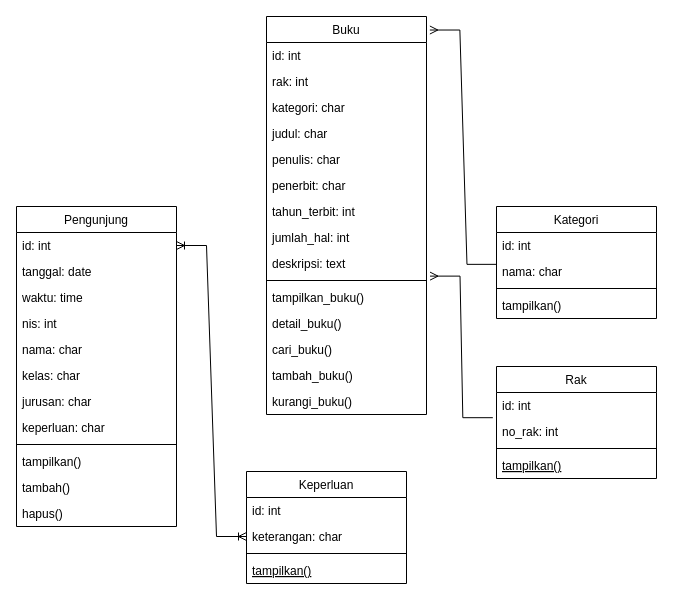
Above: Class-Diagram-Perpus-Digital.drawio in ditanursabila/Perpus_Digital (draw.io), before the change. Source tidied: cells renumbered, new cells numbered last; positions are measured from the earlier drawing's top-left corner, leaving out a move shared by most shapes. Both pictures are drawn from the tidied source at 100%, with x=0, y=0 at pixel (16, 16).
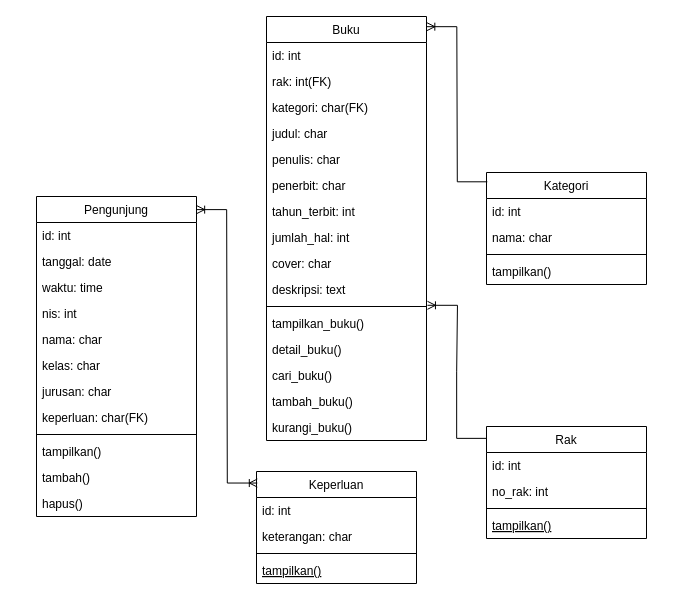
After the change.

The change refers to these unchanged cells:
```xml
<mxCell id="3" value="id: int" style="text;align=left;verticalAlign=top;spacingLeft=4;spacingRight=4;overflow=hidden;points=[[0,0.5],[1,0.5]];portConstraint=eastwest;" parent="2" vertex="1">
  <mxGeometry y="26" width="160" height="26" as="geometry" />
</mxCell>
<mxCell id="16" value="id: int" style="text;align=left;verticalAlign=top;spacingLeft=4;spacingRight=4;overflow=hidden;points=[[0,0.5],[1,0.5]];portConstraint=eastwest;" parent="15" vertex="1">
  <mxGeometry y="26" width="160" height="26" as="geometry" />
</mxCell>
<mxCell id="22" value="nama: char" style="text;align=left;verticalAlign=top;spacingLeft=4;spacingRight=4;overflow=hidden;points=[[0,0.5],[1,0.5]];portConstraint=eastwest;" parent="20" vertex="1">
  <mxGeometry y="52" width="160" height="26" as="geometry" />
</mxCell>
<mxCell id="43" value="keterangan: char" style="text;align=left;verticalAlign=top;spacingLeft=4;spacingRight=4;overflow=hidden;points=[[0,0.5],[1,0.5]];portConstraint=eastwest;rounded=0;shadow=0;html=0;" parent="41" vertex="1">
  <mxGeometry y="52" width="160" height="26" as="geometry" />
</mxCell>
```

The edit, as a diff of the source:
```diff
@@
     <mxCell id="2" value="Pengunjung" style="swimlane;fontStyle=0;align=center;verticalAlign=top;horizontal=1;startSize=26;rounded=0;shadow=0;strokeWidth=1;" parent="1" vertex="1">
-      <mxGeometry y="190" width="160" height="320" as="geometry" />
+      <mxGeometry x="20" y="180" width="160" height="320" as="geometry" />
     </mxCell>
@@
-    <mxCell id="10" value="keperluan: char" style="text;align=left;verticalAlign=top;spacingLeft=4;spacingRight=4;overflow=hidden;rounded=0;shadow=0;html=0;" parent="2" vertex="1">
+    <mxCell id="10" value="keperluan: char(FK)" style="text;align=left;verticalAlign=top;spacingLeft=4;spacingRight=4;overflow=hidden;rounded=0;shadow=0;html=0;" parent="2" vertex="1">
       <mxGeometry y="208" width="160" height="26" as="geometry" />
     </mxCell>
@@
     <mxCell id="15" value="Rak" style="swimlane;fontStyle=0;align=center;verticalAlign=top;horizontal=1;startSize=26;rounded=0;shadow=0;strokeWidth=1;" parent="1" vertex="1">
-      <mxGeometry x="480" y="350" width="160" height="112" as="geometry" />
+      <mxGeometry x="470" y="410" width="160" height="112" as="geometry" />
     </mxCell>
@@
     <mxCell id="20" value="Kategori" style="swimlane;fontStyle=0;align=center;verticalAlign=top;horizontal=1;startSize=26;rounded=0;shadow=0;strokeWidth=1;" parent="1" vertex="1">
-      <mxGeometry x="480" y="190" width="160" height="112" as="geometry" />
+      <mxGeometry x="470" y="156" width="160" height="112" as="geometry" />
     </mxCell>
@@
     <mxCell id="25" value="Buku" style="swimlane;fontStyle=0;align=center;verticalAlign=top;horizontal=1;startSize=26;rounded=0;shadow=0;strokeWidth=1;" parent="1" vertex="1">
-      <mxGeometry x="250" width="160" height="398" as="geometry" />
+      <mxGeometry x="250" width="160" height="424" as="geometry" />
     </mxCell>
@@
-    <mxCell id="27" value="rak: int" style="text;align=left;verticalAlign=top;spacingLeft=4;spacingRight=4;overflow=hidden;rounded=0;shadow=0;html=0;" parent="25" vertex="1">
+    <mxCell id="27" value="rak: int(FK)" style="text;align=left;verticalAlign=top;spacingLeft=4;spacingRight=4;overflow=hidden;rounded=0;shadow=0;html=0;" parent="25" vertex="1">
       <mxGeometry y="52" width="160" height="26" as="geometry" />
     </mxCell>
-    <mxCell id="28" value="kategori: char" style="text;align=left;verticalAlign=top;spacingLeft=4;spacingRight=4;overflow=hidden;rounded=0;shadow=0;html=0;" parent="25" vertex="1">
+    <mxCell id="28" value="kategori: char(FK)" style="text;align=left;verticalAlign=top;spacingLeft=4;spacingRight=4;overflow=hidden;rounded=0;shadow=0;html=0;" parent="25" vertex="1">
       <mxGeometry y="78" width="160" height="26" as="geometry" />
     </mxCell>
@@
-    <mxCell id="34" value="deskripsi: text" style="text;align=left;verticalAlign=top;spacingLeft=4;spacingRight=4;overflow=hidden;points=[[0,0.5],[1,0.5]];portConstraint=eastwest;rounded=0;shadow=0;html=0;" parent="25" vertex="1">
+    <mxCell id="34" value="cover: char" style="text;align=left;verticalAlign=top;spacingLeft=4;spacingRight=4;overflow=hidden;points=[[0,0.5],[1,0.5]];portConstraint=eastwest;rounded=0;shadow=0;html=0;" parent="25" vertex="1">
       <mxGeometry y="234" width="160" height="26" as="geometry" />
     </mxCell>
+    <mxCell id="49" value="deskripsi: text" style="text;align=left;verticalAlign=top;spacingLeft=4;spacingRight=4;overflow=hidden;rounded=0;shadow=0;html=0;" parent="25" vertex="1">
+      <mxGeometry y="260" width="160" height="26" as="geometry" />
+    </mxCell>
     <mxCell id="35" style="line;html=1;strokeWidth=1;align=left;verticalAlign=middle;spacingTop=-1;spacingLeft=3;spacingRight=3;labelPosition=right;" parent="25" vertex="1">
-      <mxGeometry y="260" width="160" height="8" as="geometry" />
+      <mxGeometry y="286" width="160" height="8" as="geometry" />
     </mxCell>
     <mxCell id="36" value="tampilkan_buku()" style="text;align=left;verticalAlign=top;spacingLeft=4;spacingRight=4;overflow=hidden;points=[[0,0.5],[1,0.5]];portConstraint=eastwest;" parent="25" vertex="1">
-      <mxGeometry y="268" width="160" height="26" as="geometry" />
+      <mxGeometry y="294" width="160" height="26" as="geometry" />
     </mxCell>
     <mxCell id="37" value="detail_buku()" style="text;align=left;verticalAlign=top;spacingLeft=4;spacingRight=4;overflow=hidden;" parent="25" vertex="1">
-      <mxGeometry y="294" width="160" height="26" as="geometry" />
+      <mxGeometry y="320" width="160" height="26" as="geometry" />
     </mxCell>
     <mxCell id="38" value="cari_buku()" style="text;align=left;verticalAlign=top;spacingLeft=4;spacingRight=4;overflow=hidden;" parent="25" vertex="1">
-      <mxGeometry y="320" width="160" height="26" as="geometry" />
+      <mxGeometry y="346" width="160" height="26" as="geometry" />
     </mxCell>
     <mxCell id="39" value="tambah_buku()" style="text;align=left;verticalAlign=top;spacingLeft=4;spacingRight=4;overflow=hidden;" parent="25" vertex="1">
-      <mxGeometry y="346" width="160" height="26" as="geometry" />
+      <mxGeometry y="372" width="160" height="26" as="geometry" />
     </mxCell>
     <mxCell id="40" value="kurangi_buku()" style="text;align=left;verticalAlign=top;spacingLeft=4;spacingRight=4;overflow=hidden;" parent="25" vertex="1">
-      <mxGeometry y="372" width="160" height="26" as="geometry" />
+      <mxGeometry y="398" width="160" height="26" as="geometry" />
     </mxCell>
     <mxCell id="41" value="Keperluan" style="swimlane;fontStyle=0;align=center;verticalAlign=top;horizontal=1;startSize=26;rounded=0;shadow=0;strokeWidth=1;" parent="1" vertex="1">
-      <mxGeometry x="230" y="455" width="160" height="112" as="geometry" />
+      <mxGeometry x="240" y="455" width="160" height="112" as="geometry" />
     </mxCell>
@@
-    <mxCell id="46" style="edgeStyle=entityRelationEdgeStyle;fontSize=12;html=1;endArrow=ERoneToMany;startArrow=ERoneToMany;rounded=0;exitX=0;exitY=0.5;exitDx=0;exitDy=0;entryX=1;entryY=0.5;entryDx=0;entryDy=0;" parent="1" edge="1" source="43" target="3">
-      <mxGeometry relative="1" as="geometry" />
-    </mxCell>
-    <mxCell id="47" style="edgeStyle=entityRelationEdgeStyle;fontSize=12;html=1;endArrow=ERmany;rounded=0;exitX=-0.023;exitY=0.969;exitDx=0;exitDy=0;exitPerimeter=0;entryX=1.022;entryY=0.985;entryDx=0;entryDy=0;entryPerimeter=0;" parent="1" edge="1" source="16" target="34">
-      <mxGeometry relative="1" as="geometry" />
-    </mxCell>
-    <mxCell id="48" style="edgeStyle=entityRelationEdgeStyle;fontSize=12;html=1;endArrow=ERmany;rounded=0;entryX=1.021;entryY=0.034;entryDx=0;entryDy=0;exitX=0.003;exitY=0.225;exitDx=0;exitDy=0;exitPerimeter=0;entryPerimeter=0;" parent="1" edge="1" source="22" target="25">
-      <mxGeometry relative="1" as="geometry">
-        <Array as="points">
-          <mxPoint x="470" y="110" />
-        </Array>
-      </mxGeometry>
-    </mxCell>
+    <mxCell id="50" style="edgeStyle=entityRelationEdgeStyle;fontSize=12;html=1;endArrow=ERoneToMany;rounded=0;entryX=1.006;entryY=-0.2;entryDx=0;entryDy=0;exitX=0.001;exitY=0.106;exitDx=0;exitDy=0;exitPerimeter=0;entryPerimeter=0;" parent="1" edge="1" source="15" target="36">
+      <mxGeometry relative="1" as="geometry" />
+    </mxCell>
+    <mxCell id="51" style="edgeStyle=entityRelationEdgeStyle;fontSize=12;html=1;endArrow=ERoneToMany;startArrow=ERoneToMany;rounded=0;entryX=0.005;entryY=0.103;entryDx=0;entryDy=0;entryPerimeter=0;exitX=1.001;exitY=0.041;exitDx=0;exitDy=0;exitPerimeter=0;" parent="1" edge="1" source="2" target="41">
+      <mxGeometry relative="1" as="geometry" />
+    </mxCell>
+    <mxCell id="52" style="edgeStyle=entityRelationEdgeStyle;fontSize=12;html=1;endArrow=ERoneToMany;rounded=0;entryX=1.002;entryY=0.024;entryDx=0;entryDy=0;exitX=0.005;exitY=0.083;exitDx=0;exitDy=0;exitPerimeter=0;entryPerimeter=0;" parent="1" edge="1" source="20" target="25">
+      <mxGeometry relative="1" as="geometry" />
+    </mxCell>
```
